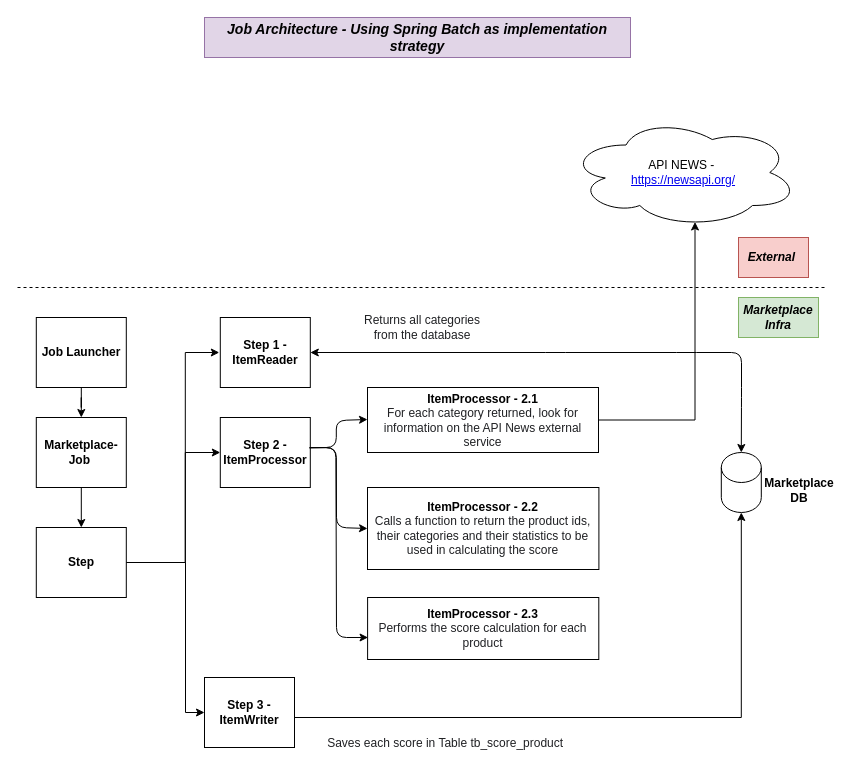
kleytonsilvano/desafio-hotmart-job keeps this draw.io diagram as documentation/Arch-Hotmart-Job.drawio. Above is the earlier version. Source tidied: cells renumbered, new cells numbered last; positions are measured from the earlier drawing's top-left corner, leaving out a move shared by most shapes. Both pictures are drawn from the tidied source at 100%, with x=0, y=0 at pixel (17, 17).
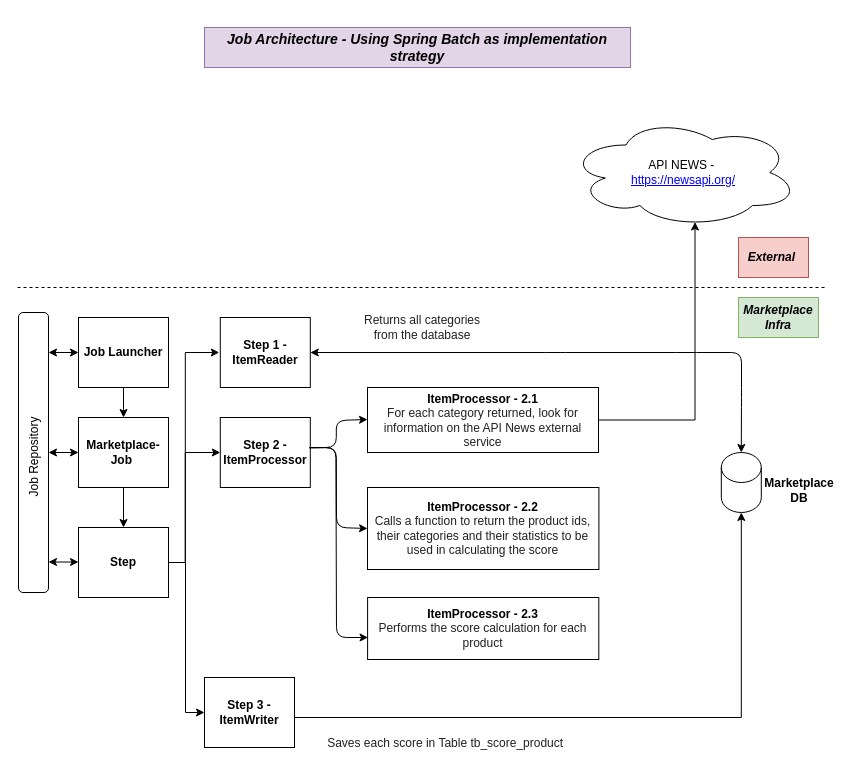
The same page after the edit.

Diff of the diagram source:
```diff
@@
     <mxCell id="3" value="Marketplace-Job&amp;nbsp;" style="rounded=0;whiteSpace=wrap;html=1;fontStyle=1;" parent="1" vertex="1">
-      <mxGeometry x="18.8" y="400" width="90" height="70" as="geometry" />
+      <mxGeometry x="61" y="400" width="90" height="70" as="geometry" />
     </mxCell>
@@
     <mxCell id="8" value="Job Launcher" style="rounded=0;whiteSpace=wrap;html=1;fontStyle=1;" parent="1" vertex="1">
-      <mxGeometry x="18.8" y="300" width="90" height="70" as="geometry" />
+      <mxGeometry x="61" y="300" width="90" height="70" as="geometry" />
     </mxCell>
@@
     <mxCell id="12" value="Step" style="rounded=0;whiteSpace=wrap;html=1;fontStyle=1;" parent="1" vertex="1">
-      <mxGeometry x="18.8" y="510" width="90" height="70" as="geometry" />
+      <mxGeometry x="61" y="510" width="90" height="70" as="geometry" />
     </mxCell>
@@
     <mxCell id="18" value="&lt;font style=&quot;font-size: 14px&quot;&gt;Job Architecture - Using Spring Batch as implementation strategy&lt;/font&gt;" style="text;html=1;strokeColor=#9673a6;fillColor=#e1d5e7;align=center;verticalAlign=middle;whiteSpace=wrap;rounded=0;fontStyle=3;" parent="1" vertex="1">
-      <mxGeometry x="187" width="426" height="40" as="geometry" />
+      <mxGeometry x="187" y="10" width="426" height="40" as="geometry" />
     </mxCell>
@@
+    <mxCell id="31" style="rounded=1;whiteSpace=wrap;html=1;" parent="1" vertex="1">
+      <mxGeometry x="1" y="295" width="30" height="280" as="geometry" />
+    </mxCell>
+    <mxCell id="32" style="endArrow=classic;startArrow=classic;html=1;entryX=0;entryY=0.5;entryDx=0;entryDy=0;" parent="1" edge="1" target="8">
+      <mxGeometry relative="1" as="geometry">
+        <mxPoint x="31" y="335" as="sourcePoint" />
+      </mxGeometry>
+    </mxCell>
+    <mxCell id="33" style="endArrow=classic;startArrow=classic;html=1;entryX=0;entryY=0.5;entryDx=0;entryDy=0;" parent="1" edge="1">
+      <mxGeometry relative="1" as="geometry">
+        <mxPoint x="31" y="435" as="sourcePoint" />
+        <mxPoint x="61" y="435" as="targetPoint" />
+      </mxGeometry>
+    </mxCell>
+    <mxCell id="34" style="endArrow=classic;startArrow=classic;html=1;entryX=0;entryY=0.5;entryDx=0;entryDy=0;" parent="1" edge="1">
+      <mxGeometry relative="1" as="geometry">
+        <mxPoint x="31" y="544.5" as="sourcePoint" />
+        <mxPoint x="61" y="544.5" as="targetPoint" />
+      </mxGeometry>
+    </mxCell>
+    <mxCell id="35" value="Job Repository" style="text;html=1;strokeColor=none;fillColor=none;align=center;verticalAlign=middle;whiteSpace=wrap;rounded=0;rotation=-90;" parent="1" vertex="1">
+      <mxGeometry x="-103" y="429.5" width="239" height="20" as="geometry" />
+    </mxCell>
```
